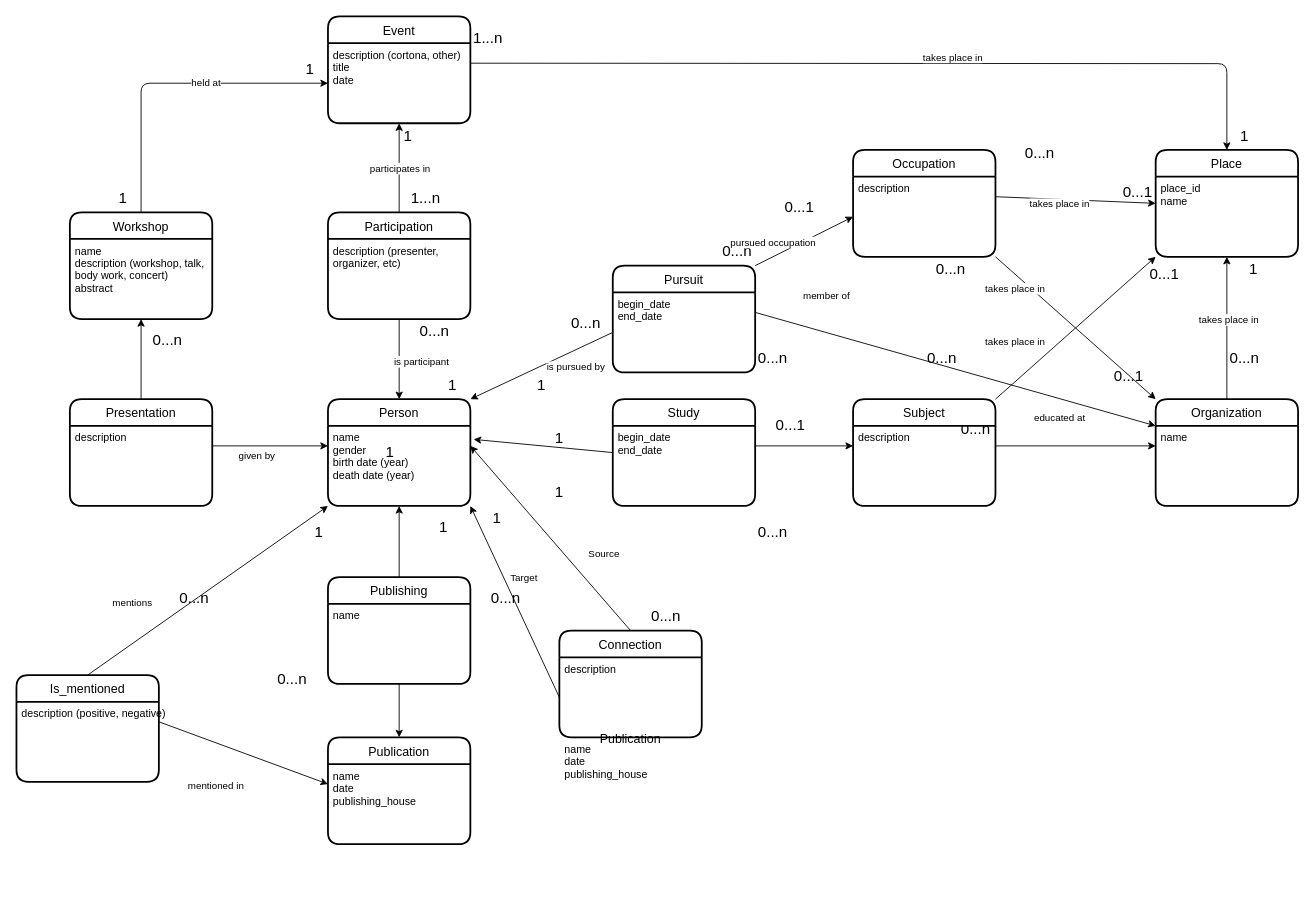
Above: database/uml_class_diagram_cortona.drawio in ubiquinter/digital_history (draw.io), before the change. Source tidied: cells renumbered, new cells numbered last; positions are measured from the earlier drawing's top-left corner, leaving out a move shared by most shapes. Both pictures are drawn from the tidied source at 89%, with x=0, y=0 at pixel (16, 16).
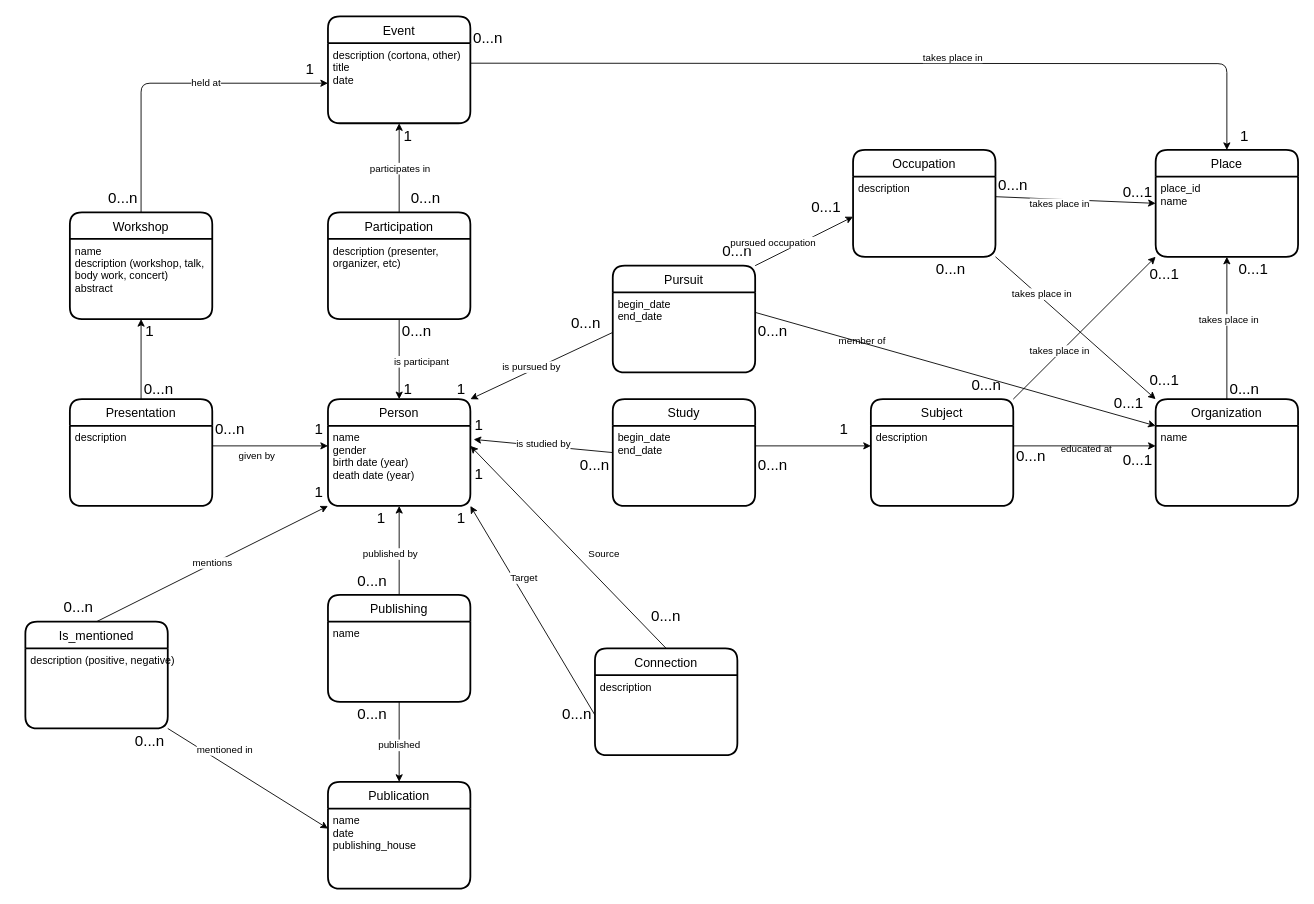
The same diagram, later.

Commit message (it also covers changes not shown here):
edit concept model

The change refers to these unchanged cells:
```xml
<mxCell id="25" value="name&#10;date&#10;publishing_house " style="align=left;strokeColor=none;fillColor=none;spacingLeft=4;fontSize=12;verticalAlign=top;" parent="24" vertex="1">
  <mxGeometry y="30" width="160" height="90" as="geometry" />
</mxCell>
<mxCell id="28" value="description (positive, negative)" style="align=left;strokeColor=none;fillColor=none;spacingLeft=4;fontSize=12;verticalAlign=top;" parent="27" vertex="1">
  <mxGeometry y="30" width="160" height="90" as="geometry" />
</mxCell>
```

Change to the diagram source:
```diff
@@
     <mxCell id="24" value="Publication" style="swimlane;horizontal=1;startSize=30;rounded=1;fontSize=14;fontStyle=0;strokeWidth=2;shadow=0;dashed=0;align=center;" parent="1" vertex="1">
-      <mxGeometry x="350" y="810" width="160" height="120" as="geometry" />
+      <mxGeometry x="350" y="860" width="160" height="120" as="geometry" />
     </mxCell>
@@
     <mxCell id="27" value="Is_mentioned" style="swimlane;horizontal=1;startSize=30;rounded=1;fontSize=14;fontStyle=0;strokeWidth=2;shadow=0;dashed=0;align=center;" parent="1" vertex="1">
-      <mxGeometry y="740" width="160" height="120" as="geometry" />
+      <mxGeometry x="10" y="680" width="160" height="120" as="geometry" />
     </mxCell>
@@
     <mxCell id="34" value="&lt;font style=&quot;font-size: 17px;&quot;&gt;1&lt;/font&gt;" style="text;html=1;strokeColor=none;fillColor=none;align=center;verticalAlign=middle;whiteSpace=wrap;rounded=0;" parent="1" vertex="1">
-      <mxGeometry x="460" y="400" width="60" height="30" as="geometry" />
+      <mxGeometry x="410" y="405" width="60" height="30" as="geometry" />
     </mxCell>
     <mxCell id="35" value="&lt;font style=&quot;font-size: 17px;&quot;&gt;1&lt;/font&gt;" style="text;html=1;strokeColor=none;fillColor=none;align=center;verticalAlign=middle;whiteSpace=wrap;rounded=0;" parent="1" vertex="1">
-      <mxGeometry x="560" y="400" width="60" height="30" as="geometry" />
+      <mxGeometry x="470" y="405" width="60" height="30" as="geometry" />
     </mxCell>
@@
     <mxCell id="37" value="&lt;font style=&quot;font-size: 17px;&quot;&gt;0...n&lt;/font&gt;" style="text;html=1;strokeColor=none;fillColor=none;align=center;verticalAlign=middle;whiteSpace=wrap;rounded=0;" parent="1" vertex="1">
-      <mxGeometry x="440" y="340" width="60" height="30" as="geometry" />
+      <mxGeometry x="420" y="340" width="60" height="30" as="geometry" />
     </mxCell>
-    <mxCell id="38" value="&lt;font style=&quot;font-size: 17px;&quot;&gt;1...n&lt;/font&gt;" style="text;html=1;strokeColor=none;fillColor=none;align=center;verticalAlign=middle;whiteSpace=wrap;rounded=0;" parent="1" vertex="1">
+    <mxCell id="38" value="&lt;font style=&quot;font-size: 17px;&quot;&gt;0...n&lt;/font&gt;" style="text;html=1;strokeColor=none;fillColor=none;align=center;verticalAlign=middle;whiteSpace=wrap;rounded=0;" parent="1" vertex="1">
       <mxGeometry x="430" y="190" width="60" height="30" as="geometry" />
     </mxCell>
@@
-    <mxCell id="40" value="&lt;font style=&quot;font-size: 17px;&quot;&gt;1...n&lt;/font&gt;" style="text;html=1;strokeColor=none;fillColor=none;align=center;verticalAlign=middle;whiteSpace=wrap;rounded=0;" parent="1" vertex="1">
+    <mxCell id="40" value="&lt;font style=&quot;font-size: 17px;&quot;&gt;0...n&lt;/font&gt;" style="text;html=1;strokeColor=none;fillColor=none;align=center;verticalAlign=middle;whiteSpace=wrap;rounded=0;" parent="1" vertex="1">
       <mxGeometry x="500" y="10" width="60" height="30" as="geometry" />
     </mxCell>
     <mxCell id="41" value="&lt;font style=&quot;font-size: 17px;&quot;&gt;1&lt;/font&gt;" style="text;html=1;strokeColor=none;fillColor=none;align=center;verticalAlign=middle;whiteSpace=wrap;rounded=0;" parent="1" vertex="1">
-      <mxGeometry x="390" y="475" width="60" height="30" as="geometry" />
+      <mxGeometry x="310" y="450" width="60" height="30" as="geometry" />
     </mxCell>
     <mxCell id="42" value="&lt;font style=&quot;font-size: 17px;&quot;&gt;0...n&lt;/font&gt;" style="text;html=1;strokeColor=none;fillColor=none;align=center;verticalAlign=middle;whiteSpace=wrap;rounded=0;" parent="1" vertex="1">
-      <mxGeometry x="140" y="350" width="60" height="30" as="geometry" />
+      <mxGeometry x="130" y="405" width="60" height="30" as="geometry" />
     </mxCell>
@@
-    <mxCell id="44" value="&lt;font style=&quot;font-size: 17px;&quot;&gt;1&lt;/font&gt;" style="text;html=1;strokeColor=none;fillColor=none;align=center;verticalAlign=middle;whiteSpace=wrap;rounded=0;" parent="1" vertex="1">
+    <mxCell id="44" value="&lt;font style=&quot;font-size: 17px;&quot;&gt;0...n&lt;/font&gt;" style="text;html=1;strokeColor=none;fillColor=none;align=center;verticalAlign=middle;whiteSpace=wrap;rounded=0;" parent="1" vertex="1">
       <mxGeometry x="90" y="190" width="60" height="30" as="geometry" />
     </mxCell>
     <mxCell id="45" value="&lt;font style=&quot;font-size: 17px;&quot;&gt;0...n&lt;/font&gt;" style="text;html=1;strokeColor=none;fillColor=none;align=center;verticalAlign=middle;whiteSpace=wrap;rounded=0;" parent="1" vertex="1">
-      <mxGeometry x="820" y="370" width="60" height="30" as="geometry" />
+      <mxGeometry x="820" y="340" width="60" height="30" as="geometry" />
     </mxCell>
-    <mxCell id="46" value="&lt;font style=&quot;font-size: 17px;&quot;&gt;0...1&lt;/font&gt;" style="text;html=1;strokeColor=none;fillColor=none;align=center;verticalAlign=middle;whiteSpace=wrap;rounded=0;" parent="1" vertex="1">
-      <mxGeometry x="840" y="445" width="60" height="30" as="geometry" />
+    <mxCell id="46" value="&lt;font style=&quot;font-size: 17px;&quot;&gt;0...n&lt;br&gt;&lt;/font&gt;" style="text;html=1;strokeColor=none;fillColor=none;align=center;verticalAlign=middle;whiteSpace=wrap;rounded=0;" parent="1" vertex="1">
+      <mxGeometry x="820" y="490" width="60" height="30" as="geometry" />
     </mxCell>
     <mxCell id="47" value="&lt;font style=&quot;font-size: 17px;&quot;&gt;0...1&lt;/font&gt;" style="text;html=1;strokeColor=none;fillColor=none;align=center;verticalAlign=middle;whiteSpace=wrap;rounded=0;" parent="1" vertex="1">
-      <mxGeometry x="850" y="200" width="60" height="30" as="geometry" />
+      <mxGeometry x="880" y="200" width="60" height="30" as="geometry" />
     </mxCell>
@@
     <mxCell id="50" value="&lt;font style=&quot;font-size: 17px;&quot;&gt;0...1&lt;/font&gt;" style="text;html=1;strokeColor=none;fillColor=none;align=center;verticalAlign=middle;whiteSpace=wrap;rounded=0;" parent="1" vertex="1">
-      <mxGeometry x="1220" y="390" width="60" height="30" as="geometry" />
+      <mxGeometry x="1230" y="485" width="60" height="30" as="geometry" />
     </mxCell>
     <mxCell id="51" value="&lt;font style=&quot;font-size: 17px;&quot;&gt;0...n&lt;/font&gt;" style="text;html=1;strokeColor=none;fillColor=none;align=center;verticalAlign=middle;whiteSpace=wrap;rounded=0;" parent="1" vertex="1">
-      <mxGeometry x="1120" y="140" width="60" height="30" as="geometry" />
+      <mxGeometry x="1090" y="175" width="60" height="30" as="geometry" />
     </mxCell>
@@
-    <mxCell id="53" value="&lt;font style=&quot;font-size: 17px;&quot;&gt;1&lt;/font&gt;" style="text;html=1;strokeColor=none;fillColor=none;align=center;verticalAlign=middle;whiteSpace=wrap;rounded=0;" parent="1" vertex="1">
+    <mxCell id="53" value="&lt;font style=&quot;font-size: 17px;&quot;&gt;0...1&lt;/font&gt;" style="text;html=1;strokeColor=none;fillColor=none;align=center;verticalAlign=middle;whiteSpace=wrap;rounded=0;" parent="1" vertex="1">
       <mxGeometry x="1360" y="270" width="60" height="30" as="geometry" />
     </mxCell>
     <mxCell id="54" value="&lt;font style=&quot;font-size: 17px;&quot;&gt;0...n&lt;/font&gt;" style="text;html=1;strokeColor=none;fillColor=none;align=center;verticalAlign=middle;whiteSpace=wrap;rounded=0;" parent="1" vertex="1">
-      <mxGeometry x="1350" y="370" width="60" height="30" as="geometry" />
+      <mxGeometry x="1350" y="405" width="60" height="30" as="geometry" />
     </mxCell>
@@
     <mxCell id="56" value="&lt;font style=&quot;font-size: 17px;&quot;&gt;0...n&lt;/font&gt;" style="text;html=1;strokeColor=none;fillColor=none;align=center;verticalAlign=middle;whiteSpace=wrap;rounded=0;" parent="1" vertex="1">
-      <mxGeometry x="1010" y="370" width="60" height="30" as="geometry" />
+      <mxGeometry x="1060" y="400" width="60" height="30" as="geometry" />
     </mxCell>
     <mxCell id="57" value="&lt;font style=&quot;font-size: 17px;&quot;&gt;0...n&lt;/font&gt;" style="text;html=1;strokeColor=none;fillColor=none;align=center;verticalAlign=middle;whiteSpace=wrap;rounded=0;" parent="1" vertex="1">
-      <mxGeometry x="1048" y="450" width="60" height="30" as="geometry" />
+      <mxGeometry x="1110" y="480" width="60" height="30" as="geometry" />
     </mxCell>
     <mxCell id="58" value="&lt;font style=&quot;font-size: 17px;&quot;&gt;1&lt;/font&gt;" style="text;html=1;strokeColor=none;fillColor=none;align=center;verticalAlign=middle;whiteSpace=wrap;rounded=0;" parent="1" vertex="1">
-      <mxGeometry x="510" y="550" width="60" height="30" as="geometry" />
+      <mxGeometry x="470" y="550" width="60" height="30" as="geometry" />
     </mxCell>
     <mxCell id="59" value="&lt;font style=&quot;font-size: 17px;&quot;&gt;0...n&lt;/font&gt;" style="text;html=1;strokeColor=none;fillColor=none;align=center;verticalAlign=middle;whiteSpace=wrap;rounded=0;" parent="1" vertex="1">
-      <mxGeometry x="520" y="640" width="60" height="30" as="geometry" />
+      <mxGeometry x="600" y="770" width="60" height="30" as="geometry" />
     </mxCell>
-    <mxCell id="60" style="edgeStyle=none;html=1;exitX=1;exitY=0.25;exitDx=0;exitDy=0;entryX=0;entryY=0.25;entryDx=0;entryDy=0;" parent="1" edge="1" source="28" target="25">
+    <mxCell id="60" style="edgeStyle=none;html=1;exitX=1;exitY=1;exitDx=0;exitDy=0;entryX=0;entryY=0.25;entryDx=0;entryDy=0;" parent="1" edge="1" source="28" target="25">
       <mxGeometry relative="1" as="geometry" />
     </mxCell>
     <mxCell id="61" value="&lt;font style=&quot;font-size: 17px;&quot;&gt;0...n&lt;/font&gt;" style="text;html=1;strokeColor=none;fillColor=none;align=center;verticalAlign=middle;whiteSpace=wrap;rounded=0;" parent="1" vertex="1">
-      <mxGeometry x="170" y="640" width="60" height="30" as="geometry" />
+      <mxGeometry x="40" y="650" width="60" height="30" as="geometry" />
     </mxCell>
-    <mxCell id="62" value="&lt;font style=&quot;font-size: 17px;&quot;&gt;0...n&lt;/font&gt;" style="text;html=1;strokeColor=none;fillColor=none;align=center;verticalAlign=middle;whiteSpace=wrap;rounded=0;" parent="1" vertex="1">
-      <mxGeometry x="280" y="730" width="60" height="30" as="geometry" />
-    </mxCell>
     <mxCell id="63" value="&lt;font style=&quot;font-size: 17px;&quot;&gt;1&lt;/font&gt;" style="text;html=1;strokeColor=none;fillColor=none;align=center;verticalAlign=middle;whiteSpace=wrap;rounded=0;" parent="1" vertex="1">
-      <mxGeometry x="310" y="565" width="60" height="30" as="geometry" />
+      <mxGeometry x="310" y="520" width="60" height="30" as="geometry" />
     </mxCell>
     <mxCell id="64" value="&lt;font style=&quot;font-size: 17px;&quot;&gt;1&lt;/font&gt;" style="text;html=1;strokeColor=none;fillColor=none;align=center;verticalAlign=middle;whiteSpace=wrap;rounded=0;" parent="1" vertex="1">
-      <mxGeometry x="450" y="560" width="60" height="30" as="geometry" />
+      <mxGeometry x="380" y="550" width="60" height="30" as="geometry" />
     </mxCell>
@@
     <mxCell id="66" value="Connection" style="swimlane;horizontal=1;startSize=30;rounded=1;fontSize=14;fontStyle=0;strokeWidth=2;shadow=0;dashed=0;align=center;" parent="1" vertex="1">
-      <mxGeometry x="610" y="690" width="160" height="120" as="geometry" />
+      <mxGeometry x="650" y="710" width="160" height="120" as="geometry" />
     </mxCell>
@@
-    <mxCell id="68" value="Publication" style="swimlane;horizontal=1;startSize=30;rounded=1;fontSize=14;fontStyle=0;strokeWidth=2;shadow=0;dashed=0;align=center;" parent="66" vertex="1">
-      <mxGeometry y="120" width="160" as="geometry" />
-    </mxCell>
-    <mxCell id="69" value="name&#10;date&#10;publishing_house " style="align=left;strokeColor=none;fillColor=none;spacingLeft=4;fontSize=12;verticalAlign=top;" parent="68" vertex="1">
-      <mxGeometry width="160" as="geometry" />
-    </mxCell>
@@
     <mxCell id="71" value="&lt;font style=&quot;font-size: 17px;&quot;&gt;0...n&lt;/font&gt;" style="text;html=1;strokeColor=none;fillColor=none;align=center;verticalAlign=middle;whiteSpace=wrap;rounded=0;" parent="1" vertex="1">
-      <mxGeometry x="820" y="565" width="60" height="30" as="geometry" />
+      <mxGeometry x="620" y="490" width="60" height="30" as="geometry" />
     </mxCell>
@@
     <mxCell id="73" value="&lt;font style=&quot;font-size: 17px;&quot;&gt;1&lt;/font&gt;" style="text;html=1;strokeColor=none;fillColor=none;align=center;verticalAlign=middle;whiteSpace=wrap;rounded=0;" parent="1" vertex="1">
-      <mxGeometry x="580" y="460" width="60" height="30" as="geometry" />
+      <mxGeometry x="490" y="445" width="60" height="30" as="geometry" />
     </mxCell>
     <mxCell id="74" value="&lt;font style=&quot;font-size: 17px;&quot;&gt;1&lt;/font&gt;" style="text;html=1;strokeColor=none;fillColor=none;align=center;verticalAlign=middle;whiteSpace=wrap;rounded=0;" parent="1" vertex="1">
-      <mxGeometry x="580" y="520" width="60" height="30" as="geometry" />
+      <mxGeometry x="490" y="500" width="60" height="30" as="geometry" />
     </mxCell>
@@
     <mxCell id="80" value="mentions" style="edgeLabel;html=1;align=center;verticalAlign=middle;" parent="1" vertex="1">
-      <mxGeometry x="120" y="655" as="geometry">
+      <mxGeometry x="210" y="610" as="geometry">
         <mxPoint x="9" y="3" as="offset" />
       </mxGeometry>
     </mxCell>
     <mxCell id="81" value="mentioned in" style="edgeLabel;html=1;align=center;verticalAlign=middle;" parent="1" vertex="1">
-      <mxGeometry x="420" y="890" as="geometry">
+      <mxGeometry x="430" y="850" as="geometry">
         <mxPoint x="-197" y="-27" as="offset" />
       </mxGeometry>
     </mxCell>
@@
     <mxCell id="84" value="is pursued by&amp;nbsp;" style="edgeLabel;html=1;align=center;verticalAlign=middle;" parent="1" vertex="1">
-      <mxGeometry x="620" y="390" as="geometry">
+      <mxGeometry x="570" y="390" as="geometry">
         <mxPoint x="9" y="3" as="offset" />
       </mxGeometry>
     </mxCell>
     <mxCell id="85" value="member of" style="edgeLabel;html=1;align=center;verticalAlign=middle;" parent="1" vertex="1">
-      <mxGeometry x="900" y="310" as="geometry">
+      <mxGeometry x="940" y="360" as="geometry">
         <mxPoint x="9" y="3" as="offset" />
       </mxGeometry>
     </mxCell>
@@
     <mxCell id="88" value="takes place in" style="edgeLabel;html=1;align=center;verticalAlign=middle;" parent="1" vertex="1">
-      <mxGeometry x="1110" y="345" as="geometry">
+      <mxGeometry x="1160" y="355" as="geometry">
         <mxPoint x="11" y="20" as="offset" />
       </mxGeometry>
     </mxCell>
     <mxCell id="89" value="educated at" style="edgeLabel;html=1;align=center;verticalAlign=middle;" parent="1" vertex="1">
-      <mxGeometry x="1160" y="430" as="geometry">
+      <mxGeometry x="1190" y="465" as="geometry">
         <mxPoint x="11" y="20" as="offset" />
       </mxGeometry>
     </mxCell>
     <mxCell id="90" value="takes place in" style="edgeLabel;html=1;align=center;verticalAlign=middle;" parent="1" vertex="1">
-      <mxGeometry x="1110" y="285" as="geometry">
+      <mxGeometry x="1140" y="291" as="geometry">
         <mxPoint x="11" y="20" as="offset" />
       </mxGeometry>
     </mxCell>
@@
     <mxCell id="95" value="Subject" style="swimlane;horizontal=1;startSize=30;rounded=1;fontSize=14;fontStyle=0;strokeWidth=2;shadow=0;dashed=0;align=center;" parent="1" vertex="1">
-      <mxGeometry x="940" y="430" width="160" height="120" as="geometry" />
+      <mxGeometry x="960" y="430" width="160" height="120" as="geometry" />
     </mxCell>
@@
     <mxCell id="105" value="Publishing" style="swimlane;horizontal=1;startSize=30;rounded=1;fontSize=14;fontStyle=0;strokeWidth=2;shadow=0;dashed=0;align=center;" parent="1" vertex="1">
-      <mxGeometry x="350" y="630" width="160" height="120" as="geometry" />
+      <mxGeometry x="350" y="650" width="160" height="120" as="geometry" />
     </mxCell>
@@
+    <mxCell id="108" value="&lt;font style=&quot;font-size: 17px;&quot;&gt;0...n&lt;/font&gt;" style="text;html=1;strokeColor=none;fillColor=none;align=center;verticalAlign=middle;whiteSpace=wrap;rounded=0;" parent="1" vertex="1">
+      <mxGeometry x="120" y="800" width="60" height="30" as="geometry" />
+    </mxCell>
+    <mxCell id="109" value="&lt;font style=&quot;font-size: 17px;&quot;&gt;0...n&lt;/font&gt;" style="text;html=1;strokeColor=none;fillColor=none;align=center;verticalAlign=middle;whiteSpace=wrap;rounded=0;" parent="1" vertex="1">
+      <mxGeometry x="210" y="450" width="60" height="30" as="geometry" />
+    </mxCell>
+    <mxCell id="110" value="&lt;font style=&quot;font-size: 17px;&quot;&gt;1&lt;/font&gt;" style="text;html=1;strokeColor=none;fillColor=none;align=center;verticalAlign=middle;whiteSpace=wrap;rounded=0;" parent="1" vertex="1">
+      <mxGeometry x="120" y="340" width="60" height="30" as="geometry" />
+    </mxCell>
+    <mxCell id="111" value="is studied by" style="edgeLabel;html=1;align=center;verticalAlign=middle;" parent="1" vertex="1">
+      <mxGeometry x="600" y="500" as="geometry">
+        <mxPoint x="-9" y="-21" as="offset" />
+      </mxGeometry>
+    </mxCell>
+    <mxCell id="112" value="&lt;font style=&quot;font-size: 17px;&quot;&gt;1&lt;/font&gt;" style="text;html=1;strokeColor=none;fillColor=none;align=center;verticalAlign=middle;whiteSpace=wrap;rounded=0;" parent="1" vertex="1">
+      <mxGeometry x="900" y="450" width="60" height="30" as="geometry" />
+    </mxCell>
+    <mxCell id="113" value="&lt;font style=&quot;font-size: 17px;&quot;&gt;0...1&lt;/font&gt;" style="text;html=1;strokeColor=none;fillColor=none;align=center;verticalAlign=middle;whiteSpace=wrap;rounded=0;" parent="1" vertex="1">
+      <mxGeometry x="1260" y="395" width="60" height="30" as="geometry" />
+    </mxCell>
+    <mxCell id="114" value="&lt;font style=&quot;font-size: 17px;&quot;&gt;0...1&lt;/font&gt;" style="text;html=1;strokeColor=none;fillColor=none;align=center;verticalAlign=middle;whiteSpace=wrap;rounded=0;" parent="1" vertex="1">
+      <mxGeometry x="1220" y="420" width="60" height="30" as="geometry" />
+    </mxCell>
+    <mxCell id="115" value="&lt;font style=&quot;font-size: 17px;&quot;&gt;0...n&lt;/font&gt;" style="text;html=1;strokeColor=none;fillColor=none;align=center;verticalAlign=middle;whiteSpace=wrap;rounded=0;" parent="1" vertex="1">
+      <mxGeometry x="370" y="620" width="60" height="30" as="geometry" />
+    </mxCell>
+    <mxCell id="116" value="&lt;font style=&quot;font-size: 17px;&quot;&gt;0...n&lt;/font&gt;" style="text;html=1;strokeColor=none;fillColor=none;align=center;verticalAlign=middle;whiteSpace=wrap;rounded=0;" parent="1" vertex="1">
+      <mxGeometry x="370" y="770" width="60" height="30" as="geometry" />
+    </mxCell>
+    <mxCell id="117" value="published by" style="edgeLabel;html=1;align=center;verticalAlign=middle;" parent="1" vertex="1">
+      <mxGeometry x="410" y="600" as="geometry">
+        <mxPoint x="9" y="3" as="offset" />
+      </mxGeometry>
+    </mxCell>
+    <mxCell id="118" value="published" style="edgeLabel;html=1;align=center;verticalAlign=middle;" parent="1" vertex="1">
+      <mxGeometry x="420" y="815" as="geometry">
+        <mxPoint x="9" y="3" as="offset" />
+      </mxGeometry>
+    </mxCell>
```
